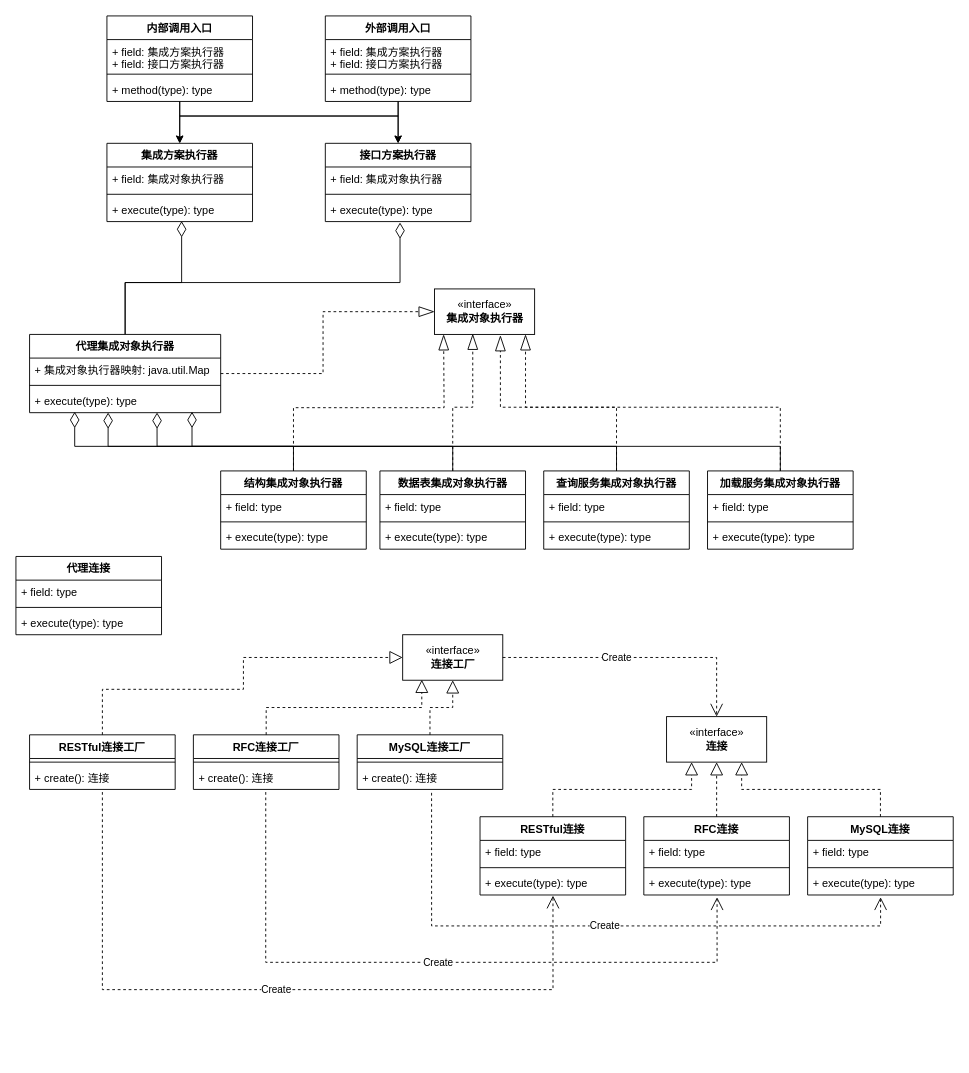
This is Integration.drawio from Pyr0man1ac/draw.io, a draw.io file, before an edit. Source tidied: cells renumbered, new cells numbered last; positions are measured from the earlier drawing's top-left corner, leaving out a move shared by most shapes. Both pictures are drawn from the tidied source at 91%, with x=0, y=0 at pixel (15, 15).
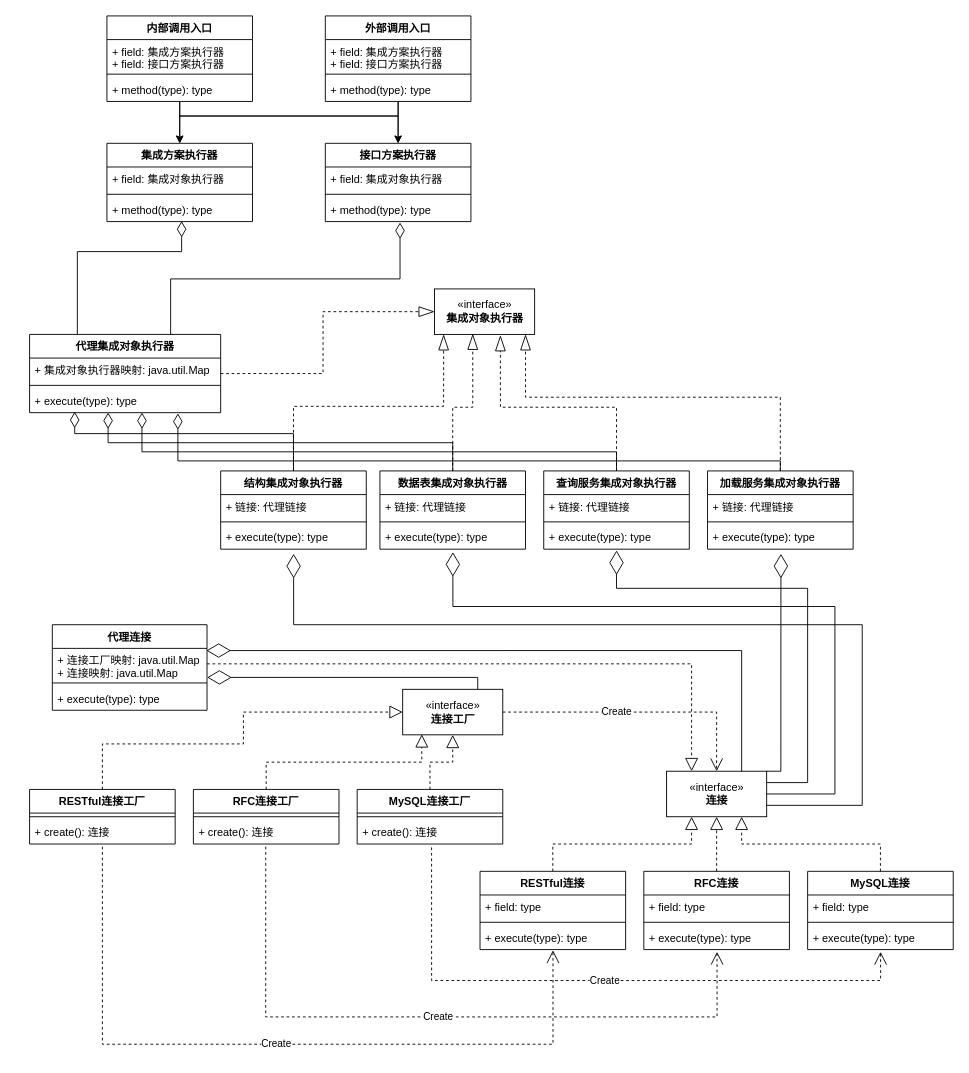
The same page after the edit.

Unchanged cells that the change refers to:
```xml
<mxCell id="14" value="集成方案执行器" style="swimlane;fontStyle=1;align=center;verticalAlign=top;horizontal=1;startSize=26;" parent="1" vertex="1">
  <mxGeometry x="100" y="140" width="160" height="86" as="geometry" />
</mxCell>
<mxCell id="18" value="接口方案执行器" style="swimlane;fontStyle=1;align=center;verticalAlign=top;horizontal=1;startSize=26;" parent="1" vertex="1">
  <mxGeometry x="340" y="140" width="160" height="86" as="geometry" />
</mxCell>
<mxCell id="28" value="+ execute(type): type" style="text;strokeColor=none;fillColor=none;align=left;verticalAlign=top;spacingLeft=4;spacingRight=4;overflow=hidden;points=[[0,0.5],[1,0.5]];portConstraint=eastwest;" parent="25" vertex="1">
  <mxGeometry y="60" width="210" height="26" as="geometry" />
</mxCell>
<mxCell id="29" value="«interface»&lt;br&gt;&lt;b&gt;集成对象执行器&lt;/b&gt;" style="html=1;" parent="1" vertex="1">
  <mxGeometry x="460" y="300" width="110" height="50" as="geometry" />
</mxCell>
<mxCell id="32" value="结构集成对象执行器" style="swimlane;fontStyle=1;align=center;verticalAlign=top;horizontal=1;startSize=26;" parent="1" vertex="1">
  <mxGeometry x="225" y="500" width="160" height="86" as="geometry" />
</mxCell>
<mxCell id="35" value="+ execute(type): type" style="text;strokeColor=none;fillColor=none;align=left;verticalAlign=top;spacingLeft=4;spacingRight=4;overflow=hidden;points=[[0,0.5],[1,0.5]];portConstraint=eastwest;" parent="32" vertex="1">
  <mxGeometry y="60" width="160" height="26" as="geometry" />
</mxCell>
<mxCell id="38" value="数据表集成对象执行器" style="swimlane;fontStyle=1;align=center;verticalAlign=top;horizontal=1;startSize=26;" parent="1" vertex="1">
  <mxGeometry x="400" y="500" width="160" height="86" as="geometry" />
</mxCell>
<mxCell id="41" value="+ execute(type): type" style="text;strokeColor=none;fillColor=none;align=left;verticalAlign=top;spacingLeft=4;spacingRight=4;overflow=hidden;points=[[0,0.5],[1,0.5]];portConstraint=eastwest;" parent="38" vertex="1">
  <mxGeometry y="60" width="160" height="26" as="geometry" />
</mxCell>
<mxCell id="44" value="查询服务集成对象执行器" style="swimlane;fontStyle=1;align=center;verticalAlign=top;horizontal=1;startSize=26;" parent="1" vertex="1">
  <mxGeometry x="580" y="500" width="160" height="86" as="geometry" />
</mxCell>
<mxCell id="47" value="+ execute(type): type" style="text;strokeColor=none;fillColor=none;align=left;verticalAlign=top;spacingLeft=4;spacingRight=4;overflow=hidden;points=[[0,0.5],[1,0.5]];portConstraint=eastwest;" parent="44" vertex="1">
  <mxGeometry y="60" width="160" height="26" as="geometry" />
</mxCell>
<mxCell id="50" value="加载服务集成对象执行器" style="swimlane;fontStyle=1;align=center;verticalAlign=top;horizontal=1;startSize=26;" parent="1" vertex="1">
  <mxGeometry x="760" y="500" width="160" height="86" as="geometry" />
</mxCell>
<mxCell id="53" value="+ execute(type): type" style="text;strokeColor=none;fillColor=none;align=left;verticalAlign=top;spacingLeft=4;spacingRight=4;overflow=hidden;points=[[0,0.5],[1,0.5]];portConstraint=eastwest;" parent="50" vertex="1">
  <mxGeometry y="60" width="160" height="26" as="geometry" />
</mxCell>
<mxCell id="59" value="+ create(): 连接" style="text;strokeColor=none;fillColor=none;align=left;verticalAlign=top;spacingLeft=4;spacingRight=4;overflow=hidden;points=[[0,0.5],[1,0.5]];portConstraint=eastwest;" parent="57" vertex="1">
  <mxGeometry y="34" width="160" height="26" as="geometry" />
</mxCell>
<mxCell id="62" value="+ create(): 连接" style="text;strokeColor=none;fillColor=none;align=left;verticalAlign=top;spacingLeft=4;spacingRight=4;overflow=hidden;points=[[0,0.5],[1,0.5]];portConstraint=eastwest;" parent="60" vertex="1">
  <mxGeometry y="34" width="160" height="26" as="geometry" />
</mxCell>
<mxCell id="65" value="+ create(): 连接" style="text;strokeColor=none;fillColor=none;align=left;verticalAlign=top;spacingLeft=4;spacingRight=4;overflow=hidden;points=[[0,0.5],[1,0.5]];portConstraint=eastwest;" parent="63" vertex="1">
  <mxGeometry y="34" width="160" height="26" as="geometry" />
</mxCell>
<mxCell id="69" value="+ execute(type): type" style="text;strokeColor=none;fillColor=none;align=left;verticalAlign=top;spacingLeft=4;spacingRight=4;overflow=hidden;points=[[0,0.5],[1,0.5]];portConstraint=eastwest;" parent="66" vertex="1">
  <mxGeometry y="60" width="160" height="26" as="geometry" />
</mxCell>
<mxCell id="73" value="+ execute(type): type" style="text;strokeColor=none;fillColor=none;align=left;verticalAlign=top;spacingLeft=4;spacingRight=4;overflow=hidden;points=[[0,0.5],[1,0.5]];portConstraint=eastwest;" parent="70" vertex="1">
  <mxGeometry y="60" width="160" height="26" as="geometry" />
</mxCell>
<mxCell id="77" value="+ execute(type): type" style="text;strokeColor=none;fillColor=none;align=left;verticalAlign=top;spacingLeft=4;spacingRight=4;overflow=hidden;points=[[0,0.5],[1,0.5]];portConstraint=eastwest;" parent="74" vertex="1">
  <mxGeometry y="60" width="160" height="26" as="geometry" />
</mxCell>
```

Diff of the diagram source:
```diff
@@
-    <mxCell id="17" value="+ execute(type): type" style="text;strokeColor=none;fillColor=none;align=left;verticalAlign=top;spacingLeft=4;spacingRight=4;overflow=hidden;points=[[0,0.5],[1,0.5]];portConstraint=eastwest;" parent="14" vertex="1">
+    <mxCell id="17" value="+ method(type): type" style="text;strokeColor=none;fillColor=none;align=left;verticalAlign=top;spacingLeft=4;spacingRight=4;overflow=hidden;points=[[0,0.5],[1,0.5]];portConstraint=eastwest;" parent="14" vertex="1">
       <mxGeometry y="60" width="160" height="26" as="geometry" />
     </mxCell>
@@
-    <mxCell id="21" value="+ execute(type): type" style="text;strokeColor=none;fillColor=none;align=left;verticalAlign=top;spacingLeft=4;spacingRight=4;overflow=hidden;points=[[0,0.5],[1,0.5]];portConstraint=eastwest;" parent="18" vertex="1">
+    <mxCell id="21" value="+ method(type): type" style="text;strokeColor=none;fillColor=none;align=left;verticalAlign=top;spacingLeft=4;spacingRight=4;overflow=hidden;points=[[0,0.5],[1,0.5]];portConstraint=eastwest;" parent="18" vertex="1">
       <mxGeometry y="60" width="160" height="26" as="geometry" />
     </mxCell>
@@
-    <mxCell id="23" style="edgeStyle=orthogonalEdgeStyle;rounded=0;jettySize=auto;html=1;entryX=0.513;entryY=1.038;entryDx=0;entryDy=0;entryPerimeter=0;endArrow=diamondThin;endFill=0;endSize=15;" parent="1" edge="1" source="25" target="21">
-      <mxGeometry relative="1" as="geometry" />
+    <mxCell id="23" style="edgeStyle=orthogonalEdgeStyle;rounded=0;jettySize=auto;html=1;entryX=0.513;entryY=1.038;entryDx=0;entryDy=0;entryPerimeter=0;endArrow=diamondThin;endFill=0;endSize=15;exitX=0.75;exitY=0;exitDx=0;exitDy=0;" parent="1" edge="1" source="25" target="21">
+      <mxGeometry relative="1" as="geometry">
+        <Array as="points">
+          <mxPoint x="170" y="350" />
+          <mxPoint x="170" y="289" />
+          <mxPoint x="422" y="289" />
+        </Array>
+      </mxGeometry>
     </mxCell>
-    <mxCell id="24" style="edgeStyle=orthogonalEdgeStyle;rounded=0;jettySize=auto;html=1;entryX=0.513;entryY=0.977;entryDx=0;entryDy=0;entryPerimeter=0;endArrow=diamondThin;endFill=0;endSize=15;" parent="1" edge="1" source="25" target="17">
-      <mxGeometry relative="1" as="geometry" />
+    <mxCell id="24" style="edgeStyle=orthogonalEdgeStyle;rounded=0;jettySize=auto;html=1;entryX=0.513;entryY=0.977;entryDx=0;entryDy=0;entryPerimeter=0;endArrow=diamondThin;endFill=0;endSize=15;exitX=0.25;exitY=0;exitDx=0;exitDy=0;" parent="1" edge="1" source="25" target="17">
+      <mxGeometry relative="1" as="geometry">
+        <Array as="points">
+          <mxPoint x="67" y="259" />
+          <mxPoint x="182" y="259" />
+        </Array>
+      </mxGeometry>
     </mxCell>
-    <mxCell id="25" value="代理集成对象执行器" style="swimlane;fontStyle=1;align=center;verticalAlign=top;horizontal=1;startSize=26;" parent="1" vertex="1">
+    <mxCell id="25" value="代理集成对象执行器" style="swimlane;fontStyle=1;align=center;verticalAlign=top;horizontal=1;startSize=26;glass=0;gradientColor=none;swimlaneFillColor=none;" parent="1" vertex="1">
       <mxGeometry x="15" y="350" width="210" height="86" as="geometry" />
     </mxCell>
@@
     <mxCell id="30" style="edgeStyle=orthogonalEdgeStyle;rounded=0;jettySize=auto;html=1;entryX=0.236;entryY=0.962;entryDx=0;entryDy=0;entryPerimeter=0;endArrow=diamondThin;endFill=0;endSize=15;" parent="1" edge="1" source="32" target="28">
-      <mxGeometry relative="1" as="geometry" />
+      <mxGeometry relative="1" as="geometry">
+        <Array as="points">
+          <mxPoint x="305" y="459" />
+          <mxPoint x="65" y="459" />
+        </Array>
+      </mxGeometry>
     </mxCell>
     <mxCell id="31" style="edgeStyle=orthogonalEdgeStyle;rounded=0;jettySize=auto;html=1;dashed=1;endArrow=blockThin;endFill=0;endSize=15;exitX=0.5;exitY=0;exitDx=0;exitDy=0;" parent="1" edge="1" source="32">
       <mxGeometry relative="1" as="geometry">
         <mxPoint x="470" y="350" as="targetPoint" />
+        <Array as="points">
+          <mxPoint x="305" y="429" />
+          <mxPoint x="470" y="429" />
+        </Array>
       </mxGeometry>
     </mxCell>
@@
-    <mxCell id="33" value="+ field: type" style="text;strokeColor=none;fillColor=none;align=left;verticalAlign=top;spacingLeft=4;spacingRight=4;overflow=hidden;" parent="32" vertex="1">
+    <mxCell id="33" value="+ 链接: 代理链接" style="text;strokeColor=none;fillColor=none;align=left;verticalAlign=top;spacingLeft=4;spacingRight=4;overflow=hidden;" parent="32" vertex="1">
       <mxGeometry y="26" width="160" height="26" as="geometry" />
     </mxCell>
@@
     <mxCell id="36" style="edgeStyle=orthogonalEdgeStyle;rounded=0;jettySize=auto;html=1;entryX=0.411;entryY=0.992;entryDx=0;entryDy=0;entryPerimeter=0;endArrow=diamondThin;endFill=0;endSize=15;" parent="1" edge="1" source="38" target="28">
-      <mxGeometry relative="1" as="geometry" />
+      <mxGeometry relative="1" as="geometry">
+        <Array as="points">
+          <mxPoint x="480" y="469" />
+          <mxPoint x="101" y="469" />
+        </Array>
+      </mxGeometry>
     </mxCell>
@@
-    <mxCell id="39" value="+ field: type" style="text;strokeColor=none;fillColor=none;align=left;verticalAlign=top;spacingLeft=4;spacingRight=4;overflow=hidden;" parent="38" vertex="1">
+    <mxCell id="39" value="+ 链接: 代理链接" style="text;strokeColor=none;fillColor=none;align=left;verticalAlign=top;spacingLeft=4;spacingRight=4;overflow=hidden;" parent="38" vertex="1">
       <mxGeometry y="26" width="160" height="26" as="geometry" />
     </mxCell>
@@
-    <mxCell id="42" style="edgeStyle=orthogonalEdgeStyle;rounded=0;jettySize=auto;html=1;entryX=0.667;entryY=0.992;entryDx=0;entryDy=0;entryPerimeter=0;endArrow=diamondThin;endFill=0;endSize=15;" parent="1" edge="1" source="44" target="28">
-      <mxGeometry relative="1" as="geometry" />
+    <mxCell id="42" style="edgeStyle=orthogonalEdgeStyle;rounded=0;jettySize=auto;html=1;endArrow=diamondThin;endFill=0;endSize=15;entryX=0.588;entryY=0.993;entryDx=0;entryDy=0;entryPerimeter=0;" parent="1" edge="1" source="44" target="28">
+      <mxGeometry relative="1" as="geometry">
+        <Array as="points">
+          <mxPoint x="660" y="479" />
+          <mxPoint x="139" y="479" />
+        </Array>
+      </mxGeometry>
     </mxCell>
@@
-    <mxCell id="45" value="+ field: type" style="text;strokeColor=none;fillColor=none;align=left;verticalAlign=top;spacingLeft=4;spacingRight=4;overflow=hidden;" parent="44" vertex="1">
+    <mxCell id="45" value="+ 链接: 代理链接" style="text;strokeColor=none;fillColor=none;align=left;verticalAlign=top;spacingLeft=4;spacingRight=4;overflow=hidden;" parent="44" vertex="1">
       <mxGeometry y="26" width="160" height="26" as="geometry" />
     </mxCell>
@@
-    <mxCell id="48" style="edgeStyle=orthogonalEdgeStyle;rounded=0;jettySize=auto;html=1;entryX=0.85;entryY=0.962;entryDx=0;entryDy=0;entryPerimeter=0;endArrow=diamondThin;endFill=0;endSize=15;" parent="1" edge="1" source="50" target="28">
-      <mxGeometry relative="1" as="geometry" />
+    <mxCell id="48" style="edgeStyle=orthogonalEdgeStyle;rounded=0;jettySize=auto;html=1;endArrow=diamondThin;endFill=0;endSize=15;entryX=0.776;entryY=1.029;entryDx=0;entryDy=0;entryPerimeter=0;" parent="1" edge="1" source="50" target="28">
+      <mxGeometry relative="1" as="geometry">
+        <Array as="points">
+          <mxPoint x="840" y="489" />
+          <mxPoint x="178" y="489" />
+        </Array>
+      </mxGeometry>
     </mxCell>
     <mxCell id="49" style="edgeStyle=orthogonalEdgeStyle;rounded=0;jettySize=auto;html=1;entryX=0.909;entryY=1;entryDx=0;entryDy=0;entryPerimeter=0;dashed=1;endArrow=blockThin;endFill=0;endSize=15;exitX=0.5;exitY=0;exitDx=0;exitDy=0;" parent="1" edge="1" source="50" target="29">
-      <mxGeometry relative="1" as="geometry" />
+      <mxGeometry relative="1" as="geometry">
+        <Array as="points">
+          <mxPoint x="840" y="419" />
+          <mxPoint x="560" y="419" />
+        </Array>
+      </mxGeometry>
     </mxCell>
@@
-    <mxCell id="51" value="+ field: type" style="text;strokeColor=none;fillColor=none;align=left;verticalAlign=top;spacingLeft=4;spacingRight=4;overflow=hidden;" parent="50" vertex="1">
+    <mxCell id="51" value="+ 链接: 代理链接" style="text;strokeColor=none;fillColor=none;align=left;verticalAlign=top;spacingLeft=4;spacingRight=4;overflow=hidden;" parent="50" vertex="1">
       <mxGeometry y="26" width="160" height="26" as="geometry" />
     </mxCell>
@@
     <mxCell id="54" value="«interface»&lt;br&gt;&lt;b&gt;连接工厂&lt;/b&gt;" style="html=1;" parent="1" vertex="1">
-      <mxGeometry x="425" y="680" width="110" height="50" as="geometry" />
+      <mxGeometry x="425" y="740" width="110" height="50" as="geometry" />
     </mxCell>
     <mxCell id="55" value="«interface»&lt;br&gt;&lt;b&gt;连接&lt;/b&gt;" style="html=1;" parent="1" vertex="1">
-      <mxGeometry x="715" y="770" width="110" height="50" as="geometry" />
+      <mxGeometry x="715" y="830" width="110" height="50" as="geometry" />
     </mxCell>
     <mxCell id="56" value="Create" style="endArrow=open;endSize=12;dashed=1;html=1;rounded=0;exitX=1;exitY=0.5;exitDx=0;exitDy=0;entryX=0.5;entryY=0;entryDx=0;entryDy=0;edgeStyle=orthogonalEdgeStyle;" parent="1" edge="1" source="54" target="55">
       <mxGeometry x="-0.17" relative="1" as="geometry">
         <Array as="points">
-          <mxPoint x="770" y="705" />
+          <mxPoint x="770" y="765" />
         </Array>
       </mxGeometry>
     </mxCell>
     <mxCell id="57" value="RESTful连接工厂" style="swimlane;fontStyle=1;align=center;verticalAlign=top;horizontal=1;startSize=26;" parent="1" vertex="1">
-      <mxGeometry x="15" y="790" width="160" height="60" as="geometry" />
+      <mxGeometry x="15" y="850" width="160" height="60" as="geometry" />
     </mxCell>
@@
     <mxCell id="60" value="RFC连接工厂" style="swimlane;fontStyle=1;align=center;verticalAlign=top;horizontal=1;startSize=26;" parent="1" vertex="1">
-      <mxGeometry x="195" y="790" width="160" height="60" as="geometry" />
+      <mxGeometry x="195" y="850" width="160" height="60" as="geometry" />
     </mxCell>
@@
     <mxCell id="63" value="MySQL连接工厂" style="swimlane;fontStyle=1;align=center;verticalAlign=top;horizontal=1;startSize=26;" parent="1" vertex="1">
-      <mxGeometry x="375" y="790" width="160" height="60" as="geometry" />
+      <mxGeometry x="375" y="850" width="160" height="60" as="geometry" />
     </mxCell>
@@
     <mxCell id="66" value="RESTful连接" style="swimlane;fontStyle=1;align=center;verticalAlign=top;horizontal=1;startSize=26;" parent="1" vertex="1">
-      <mxGeometry x="510" y="880" width="160" height="86" as="geometry" />
+      <mxGeometry x="510" y="940" width="160" height="86" as="geometry" />
     </mxCell>
@@
     <mxCell id="70" value="RFC连接" style="swimlane;fontStyle=1;align=center;verticalAlign=top;horizontal=1;startSize=26;" parent="1" vertex="1">
-      <mxGeometry x="690" y="880" width="160" height="86" as="geometry" />
+      <mxGeometry x="690" y="940" width="160" height="86" as="geometry" />
     </mxCell>
@@
     <mxCell id="74" value="MySQL连接" style="swimlane;fontStyle=1;align=center;verticalAlign=top;horizontal=1;startSize=26;" parent="1" vertex="1">
-      <mxGeometry x="870" y="880" width="160" height="86" as="geometry" />
+      <mxGeometry x="870" y="940" width="160" height="86" as="geometry" />
     </mxCell>
@@
     <mxCell id="78" style="endArrow=block;dashed=1;endFill=0;endSize=12;html=1;rounded=0;exitX=0.5;exitY=0;exitDx=0;exitDy=0;entryX=0;entryY=0.5;entryDx=0;entryDy=0;edgeStyle=orthogonalEdgeStyle;" parent="1" edge="1" source="57" target="54">
       <mxGeometry relative="1" as="geometry">
         <Array as="points">
-          <mxPoint x="95" y="740" />
-          <mxPoint x="250" y="740" />
-          <mxPoint x="250" y="705" />
+          <mxPoint x="95" y="800" />
+          <mxPoint x="250" y="800" />
+          <mxPoint x="250" y="765" />
         </Array>
       </mxGeometry>
     </mxCell>
@@
     <mxCell id="84" value="Create" style="endArrow=open;endSize=12;dashed=1;html=1;rounded=0;exitX=0.511;exitY=1.145;exitDx=0;exitDy=0;exitPerimeter=0;entryX=0.501;entryY=1.094;entryDx=0;entryDy=0;entryPerimeter=0;edgeStyle=orthogonalEdgeStyle;" parent="1" edge="1" source="65" target="77">
       <mxGeometry relative="1" as="geometry">
         <Array as="points">
-          <mxPoint x="457" y="1000" />
-          <mxPoint x="950" y="1000" />
+          <mxPoint x="457" y="1060" />
+          <mxPoint x="950" y="1060" />
         </Array>
       </mxGeometry>
     </mxCell>
     <mxCell id="85" value="Create" style="endArrow=open;endSize=12;dashed=1;html=1;rounded=0;exitX=0.497;exitY=1.111;exitDx=0;exitDy=0;exitPerimeter=0;entryX=0.503;entryY=1.094;entryDx=0;entryDy=0;entryPerimeter=0;edgeStyle=orthogonalEdgeStyle;" parent="1" edge="1" source="62" target="73">
       <mxGeometry relative="1" as="geometry">
         <Array as="points">
-          <mxPoint x="275" y="1040" />
-          <mxPoint x="771" y="1040" />
+          <mxPoint x="275" y="1100" />
+          <mxPoint x="771" y="1100" />
         </Array>
       </mxGeometry>
     </mxCell>
     <mxCell id="86" value="Create" style="endArrow=open;endSize=12;dashed=1;html=1;rounded=0;exitX=0.5;exitY=1.111;exitDx=0;exitDy=0;exitPerimeter=0;entryX=0.501;entryY=1.026;entryDx=0;entryDy=0;entryPerimeter=0;edgeStyle=orthogonalEdgeStyle;" parent="1" edge="1" source="59" target="69">
       <mxGeometry relative="1" as="geometry">
         <Array as="points">
-          <mxPoint x="95" y="1070" />
-          <mxPoint x="590" y="1070" />
+          <mxPoint x="95" y="1130" />
+          <mxPoint x="590" y="1130" />
         </Array>
       </mxGeometry>
     </mxCell>
     <mxCell id="87" value="代理连接" style="swimlane;fontStyle=1;align=center;verticalAlign=top;horizontal=1;startSize=26;" parent="1" vertex="1">
-      <mxGeometry y="594" width="160" height="86" as="geometry" />
+      <mxGeometry x="40" y="669" width="170" height="94" as="geometry" />
     </mxCell>
-    <mxCell id="88" value="+ field: type" style="text;strokeColor=none;fillColor=none;align=left;verticalAlign=top;spacingLeft=4;spacingRight=4;overflow=hidden;points=[[0,0.5],[1,0.5]];portConstraint=eastwest;" parent="87" vertex="1">
-      <mxGeometry y="26" width="160" height="26" as="geometry" />
+    <mxCell id="88" value="+ 连接工厂映射: java.util.Map&#10;+ 连接映射: java.util.Map" style="text;strokeColor=none;fillColor=none;align=left;verticalAlign=top;spacingLeft=4;spacingRight=4;overflow=hidden;points=[[0,0.5],[1,0.5]];portConstraint=eastwest;" parent="87" vertex="1">
+      <mxGeometry y="26" width="170" height="34" as="geometry" />
     </mxCell>
     <mxCell id="89" style="line;strokeWidth=1;fillColor=none;align=left;verticalAlign=middle;spacingTop=-1;spacingLeft=3;spacingRight=3;labelPosition=right;" parent="87" vertex="1">
-      <mxGeometry y="52" width="160" height="8" as="geometry" />
+      <mxGeometry y="60" width="170" height="8" as="geometry" />
     </mxCell>
     <mxCell id="90" value="+ execute(type): type" style="text;strokeColor=none;fillColor=none;align=left;verticalAlign=top;spacingLeft=4;spacingRight=4;overflow=hidden;" parent="87" vertex="1">
-      <mxGeometry y="60" width="160" height="26" as="geometry" />
+      <mxGeometry y="68" width="170" height="26" as="geometry" />
     </mxCell>
+    <mxCell id="91" style="endArrow=diamondThin;endFill=0;endSize=24;html=1;rounded=0;entryX=1.001;entryY=0.938;entryDx=0;entryDy=0;exitX=0.75;exitY=0;exitDx=0;exitDy=0;edgeStyle=orthogonalEdgeStyle;entryPerimeter=0;" parent="1" edge="1" source="54" target="88">
+      <mxGeometry relative="1" as="geometry" />
+    </mxCell>
+    <mxCell id="92" style="endArrow=diamondThin;endFill=0;endSize=24;html=1;rounded=0;entryX=0.996;entryY=0.071;entryDx=0;entryDy=0;exitX=0.75;exitY=0;exitDx=0;exitDy=0;edgeStyle=orthogonalEdgeStyle;entryPerimeter=0;" parent="1" edge="1" source="55" target="88">
+      <mxGeometry relative="1" as="geometry" />
+    </mxCell>
+    <mxCell id="93" style="endArrow=block;dashed=1;endFill=0;endSize=12;html=1;rounded=0;exitX=1;exitY=0.5;exitDx=0;exitDy=0;entryX=0.25;entryY=0;entryDx=0;entryDy=0;edgeStyle=orthogonalEdgeStyle;" parent="1" edge="1" source="88" target="55">
+      <mxGeometry relative="1" as="geometry" />
+    </mxCell>
+    <mxCell id="94" style="endArrow=diamondThin;endFill=0;endSize=24;html=1;rounded=0;exitX=1;exitY=0;exitDx=0;exitDy=0;entryX=0.504;entryY=1.197;entryDx=0;entryDy=0;entryPerimeter=0;edgeStyle=orthogonalEdgeStyle;" parent="1" edge="1" source="55" target="53">
+      <mxGeometry relative="1" as="geometry">
+        <Array as="points">
+          <mxPoint x="841" y="830" />
+        </Array>
+      </mxGeometry>
+    </mxCell>
+    <mxCell id="95" style="endArrow=diamondThin;endFill=0;endSize=24;html=1;rounded=0;exitX=1;exitY=0.25;exitDx=0;exitDy=0;entryX=0.5;entryY=1.052;entryDx=0;entryDy=0;entryPerimeter=0;edgeStyle=orthogonalEdgeStyle;" parent="1" edge="1" source="55" target="47">
+      <mxGeometry relative="1" as="geometry">
+        <Array as="points">
+          <mxPoint x="870" y="843" />
+          <mxPoint x="870" y="629" />
+          <mxPoint x="660" y="629" />
+        </Array>
+      </mxGeometry>
+    </mxCell>
+    <mxCell id="96" style="endArrow=diamondThin;endFill=0;endSize=24;html=1;rounded=0;exitX=1;exitY=0.5;exitDx=0;exitDy=0;entryX=0.501;entryY=1.124;entryDx=0;entryDy=0;entryPerimeter=0;edgeStyle=orthogonalEdgeStyle;" parent="1" edge="1" source="55" target="41">
+      <mxGeometry relative="1" as="geometry">
+        <Array as="points">
+          <mxPoint x="900" y="855" />
+          <mxPoint x="900" y="649" />
+          <mxPoint x="480" y="649" />
+        </Array>
+      </mxGeometry>
+    </mxCell>
+    <mxCell id="97" style="endArrow=diamondThin;endFill=0;endSize=24;html=1;rounded=0;exitX=1;exitY=0.75;exitDx=0;exitDy=0;entryX=0.501;entryY=1.197;entryDx=0;entryDy=0;entryPerimeter=0;edgeStyle=orthogonalEdgeStyle;" parent="1" edge="1" source="55" target="35">
+      <mxGeometry relative="1" as="geometry">
+        <Array as="points">
+          <mxPoint x="930" y="867" />
+          <mxPoint x="930" y="669" />
+          <mxPoint x="305" y="669" />
+        </Array>
+      </mxGeometry>
+    </mxCell>
```
